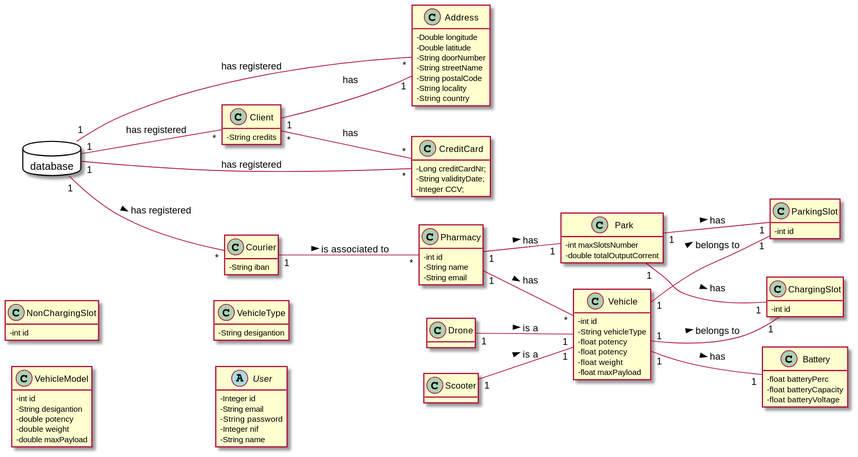
Above: docs/Iteration 3/DomainModel.svg in tiagoavcosta25/LAPR3 (PlantUML), before the change.
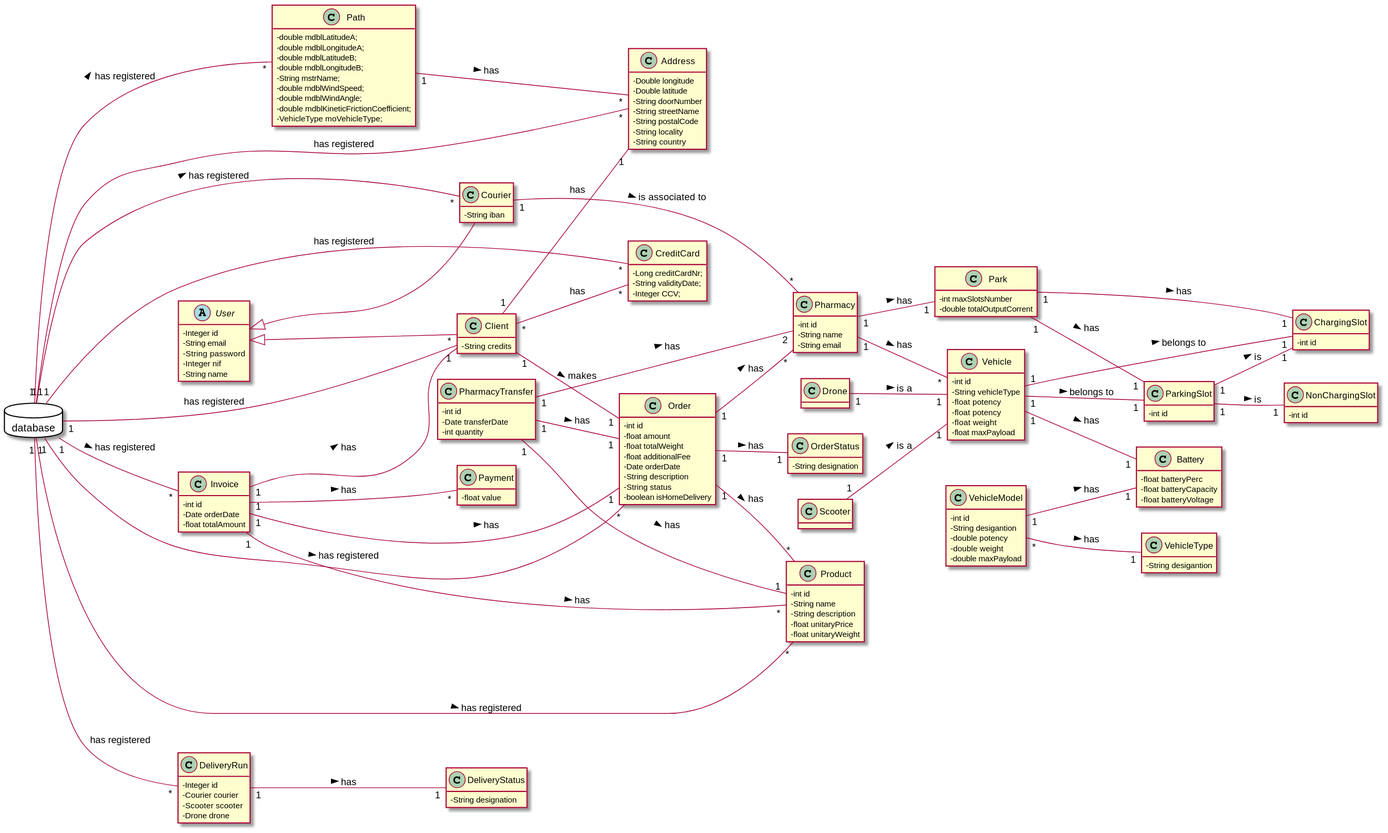
After the commit.

Diff of the diagram source:
```diff
@@ -16,6 +16,24 @@
   -String country
 }
 
+class Battery{
+-float batteryPerc
+-float batteryCapacity
+-float batteryVoltage
+}
+
+class ChargingSlot{
+-   int id
+}
+
+class Client{
+-String credits
+}
+
+class Courier {
+      -String iban
+}
+
 class CreditCard{
 -Long creditCardNr;
 -String validityDate;
@@ -23,14 +41,43 @@
 +CreditCard(creditCardNr,validityDate,CCV)
 }
 
-class Client{
--String credits
+class DeliveryRun{
+-Integer id
+-Courier courier
+-Scooter scooter
+-Drone drone
 }
 
-class Pharmacy {
-  -int id
-  -String name
--   String email
+class DeliveryStatus{
+-String designation
+}
+
+class Drone{
+}
+
+class Invoice{
+-   int id
+-   Date orderDate
+-   float totalAmount
+}
+
+class NonChargingSlot{
+-   int id
+}
+
+class Order{
+-   int id
+-   float amount
+-   float totalWeight
+-   float additionalFee
+-   Date orderDate
+-   String description
+-   String status
+-   boolean isHomeDelivery
+}
+
+class OrderStatus{
+-String designation
 }
 
 class Park{
@@ -38,21 +85,65 @@
 -   double totalOutputCorrent
 }
 
-class ChargingSlot{
--   int id
-}
-
-class NonChargingSlot{
--   int id
-}
-
 class ParkingSlot{
 -   int id
 }
 
+class Path{
+- double mdblLatitudeA;
+- double mdblLongitudeA;
+- double mdblLatitudeB;
+- double mdblLongitudeB;
+- String mstrName;
+- double mdblWindSpeed;
+- double mdblWindAngle;
+- double mdblKineticFrictionCoefficient;
+- VehicleType moVehicleType;
+}
 
-class Courier {
-      -String iban
+class Payment{
+-   float value
+}
+
+class Pharmacy {
+  -int id
+  -String name
+  -String email
+}
+
+class PharmacyTransfer{
+-   int id
+-   Date transferDate
+-   int quantity
+}
+
+class Product{
+-   int id
+-   String name
+-   String description
+-   float unitaryPrice
+-   float unitaryWeight
+}
+
+class Scooter{
+
+}
+
+abstract class User{
+-Integer id
+-String email
+-String password
+-Integer nif
+-String name
+}
+
+class Vehicle {
+-int id
+-String vehicleType
+-float potency
+-float potency
+-float weight
+-float maxPayload
 }
 
 class VehicleModel{
@@ -66,52 +157,60 @@
 class VehicleType{
   -String desigantion
 }
-class Vehicle {
--int id
--String vehicleType
--float potency
--float potency
--float weight
--float maxPayload
-}
-
-class Battery{
--float batteryPerc
--float batteryCapacity
--float batteryVoltage
-}
-
-class Scooter{
-}
-
-class Drone{
-}
-
-abstract class User{
--Integer id
--String email
--String password
--Integer nif
--String name
-}
 
 database "1" -- "*" Courier : has registered >
-Courier "1" -- "*" Pharmacy : is associated to >
-Pharmacy "1" -- "1" Park : has >
-Pharmacy "1" -- "*" Vehicle : has >
-Vehicle "1" -- "1" Battery : has >
-Scooter "1" -- "1" Vehicle : is a >
-Drone "1" -- "1" Vehicle : is a >
-Park "1" -- "1" ChargingSlot : has >
-Park "1" -- "1" ParkingSlot : has >
-Vehicle "1" -- "1" ChargingSlot : belongs to >
-Vehicle "1" -- "1" ParkingSlot : belongs to >
-
 database "1" -- "*" Client : has registered
 database "1" -- "*" Address : has registered
 database "1" -- "*" CreditCard : has registered
+database "1" -- "*" DeliveryRun : has registered
+database "1" -- "*" Invoice : has registered >
+database "1" -- "*" Order : has registered >
+database "1" -- "*" Path : has registered >
+database "1" -- "*" Product : has registered >
+
 Client "1" -- "1" Address : has
 Client "*" -- "*" CreditCard : has
+Client "1" -- "1" Order : makes >
+class Client extends User
 
+Courier "1" -- "*" Pharmacy : is associated to >
+class Courier extends User
+
+DeliveryRun"1" -- "1" DeliveryStatus : has >
+
+Drone "1" -- "1" Vehicle : is a >
+
+Invoice "1" -- "*" Payment : has >
+Invoice "1" -- "*" Product : has >
+Invoice "1" -- "1" Order : has >
+Invoice "1" -- "1" Client : has >
+
+Order "1" -- "*" Product : has >
+Order "1" -- "*" Pharmacy : has >
+Order "1" -- "1" OrderStatus : has >
+
+Park "1" -- "1" ChargingSlot : has >
+Park "1" -- "1" ParkingSlot : has >
+
+Path "1" -- "*" Address : has >
+
+ParkingSlot "1" -- "1" ChargingSlot : is >
+ParkingSlot "1" -- "1" NonChargingSlot : is >
+
+Pharmacy "1" -- "1" Park : has >
+Pharmacy "1" -- "*" Vehicle : has >
+
+PharmacyTransfer "1" -- "2" Pharmacy : has >
+PharmacyTransfer "1" -- "1" Product : has >
+PharmacyTransfer "1" -- "1" Order : has >
+
+Scooter "1" -- "1" Vehicle : is a >
+
+Vehicle "1" -- "1" ChargingSlot : belongs to >
+Vehicle "1" -- "1" ParkingSlot : belongs to >
+Vehicle "1" -- "1" Battery : has >
+
+VehicleModel "1" -- "1" Battery : has >
+VehicleModel "*" -- "1" VehicleType : has >
 
 @enduml
```
